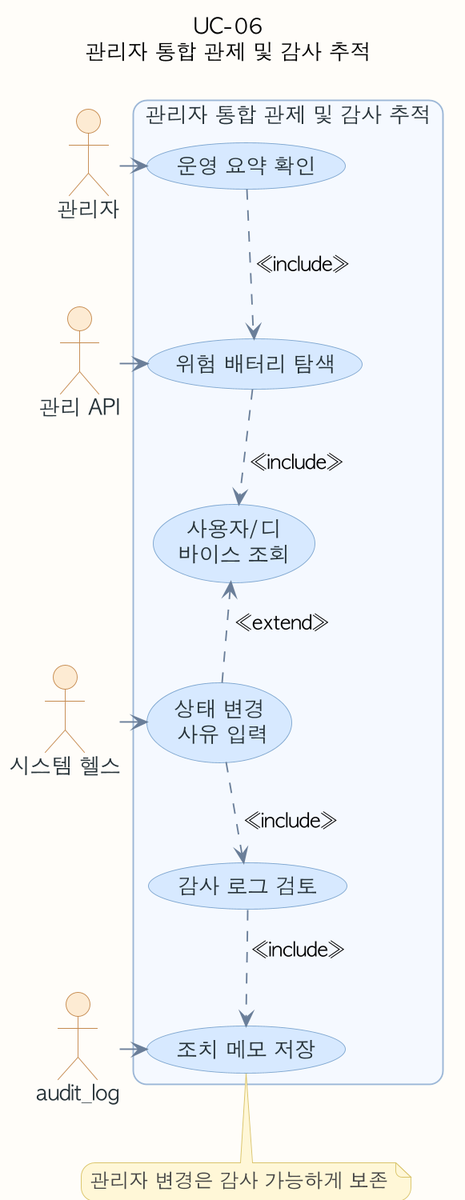
Above: assets/diagrams/usecase/uc-06-usecase.png in ricky30825-creator/BMS (PlantUML), before the change. Its source is kept beside it as assets/diagrams/usecase/uc-06-usecase.puml. The source it was exported from:
```plantuml
@startuml
!pragma layout smetana
skinparam backgroundColor #FEFCF8
skinparam shadowing false
skinparam dpi 180
skinparam defaultFontName "AppleGothic"
skinparam roundcorner 18
skinparam usecase {
  BackgroundColor #F8FAFC
  BorderColor #8EA7C2
  ArrowColor #6B7F99
  FontColor #263238
}
skinparam actor {
  BackgroundColor #FDEBD3
  BorderColor #C58A50
  FontColor #263238
}
skinparam rectangle {
  BackgroundColor #F4F8FF
  BorderColor #9BB6D6
  FontColor #263238
}
skinparam note {
  BackgroundColor #FFF7D6
  BorderColor #D9C36A
  FontColor #444444
}
top to bottom direction
skinparam usecase {
  BackgroundColor #D7E9FF
  BorderColor #7EA6CF
}
title UC-06\n관리자 통합 관제 및 감사 추적
actor "관리자" as A
actor "관리 API" as S1
actor "시스템 헬스" as S2
actor "audit_log" as S3
rectangle "관리자 통합 관제 및 감사 추적" {
  usecase "운영 요약 확인" as U1
  usecase "위험 배터리 탐색" as U2
  usecase "사용자/디\n바이스 조회" as U3
  usecase "상태 변경\n 사유 입력" as U4
  usecase "감사 로그 검토" as U5
  usecase "조치 메모 저장" as U6
}
U1 -[hidden]down- U2
U2 -[hidden]down- U3
U3 -[hidden]down- U4
U4 -[hidden]down- U5
U5 -[hidden]down- U6
A -right-> U1
S1 -left-> U2
S2 -left-> U4
S3 -left-> U6
U1 ..> U2 : <<include>>
U2 ..> U3 : <<include>>
U4 ..> U3 : <<extend>>
U4 ..> U5 : <<include>>
U5 ..> U6 : <<include>>
note bottom of U6
관리자 변경은 감사 가능하게 보존
end note
@enduml
```
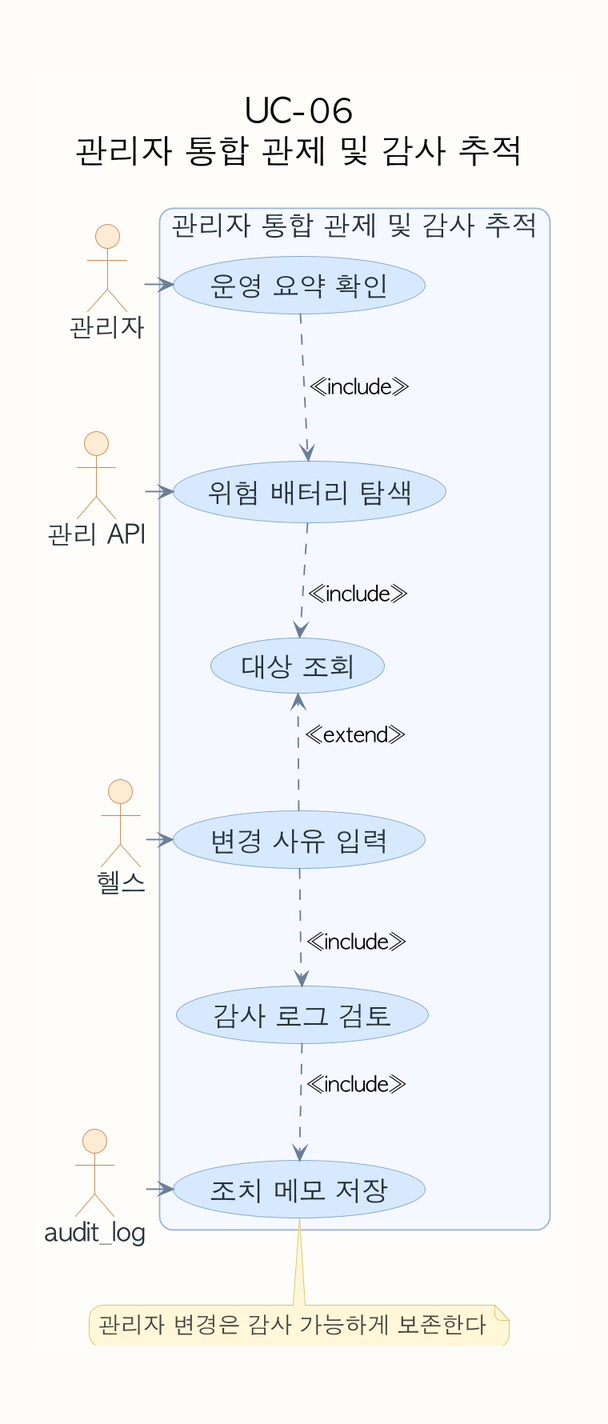
After the change.

The edit, as a diff of the source:
```diff
@@ -4,6 +4,12 @@
 skinparam shadowing false
 skinparam dpi 180
 skinparam defaultFontName "AppleGothic"
+skinparam defaultFontSize 18
+skinparam TitleFontSize 22
+skinparam ActorFontSize 17
+skinparam UsecaseFontSize 18
+skinparam NoteFontSize 15
+skinparam ArrowFontSize 14
 skinparam roundcorner 18
 skinparam usecase {
   BackgroundColor #F8FAFC
@@ -34,13 +40,13 @@
 title UC-06\n관리자 통합 관제 및 감사 추적
 actor "관리자" as A
 actor "관리 API" as S1
-actor "시스템 헬스" as S2
+actor "헬스" as S2
 actor "audit_log" as S3
 rectangle "관리자 통합 관제 및 감사 추적" {
   usecase "운영 요약 확인" as U1
   usecase "위험 배터리 탐색" as U2
-  usecase "사용자/디\n바이스 조회" as U3
-  usecase "상태 변경\n 사유 입력" as U4
+  usecase "대상 조회" as U3
+  usecase "변경 사유 입력" as U4
   usecase "감사 로그 검토" as U5
   usecase "조치 메모 저장" as U6
 }
@@ -59,6 +65,6 @@
 U4 ..> U5 : <<include>>
 U5 ..> U6 : <<include>>
 note bottom of U6
-관리자 변경은 감사 가능하게 보존
+관리자 변경은 감사 가능하게 보존한다
 end note
 @enduml
```
